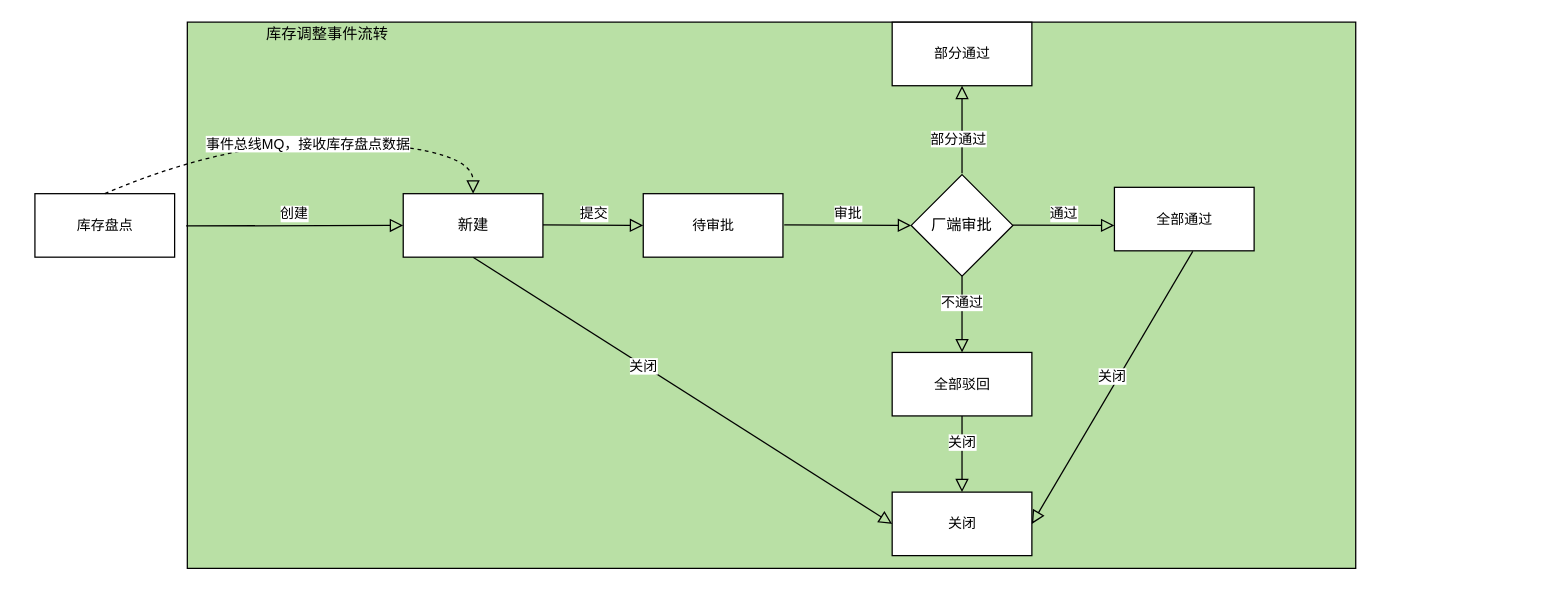
Earlier version of the draw.io diagram page "库存调整申请单-事件图" (4 of 4) of 库存调整申请单.drawio (1132489442/gitRepository1). Source tidied: cells renumbered, new cells numbered last; positions are measured from the earlier drawing's top-left corner, leaving out a move shared by most shapes. Both pictures are drawn from the tidied source at 127%, with x=0, y=0 at pixel (34, 22).
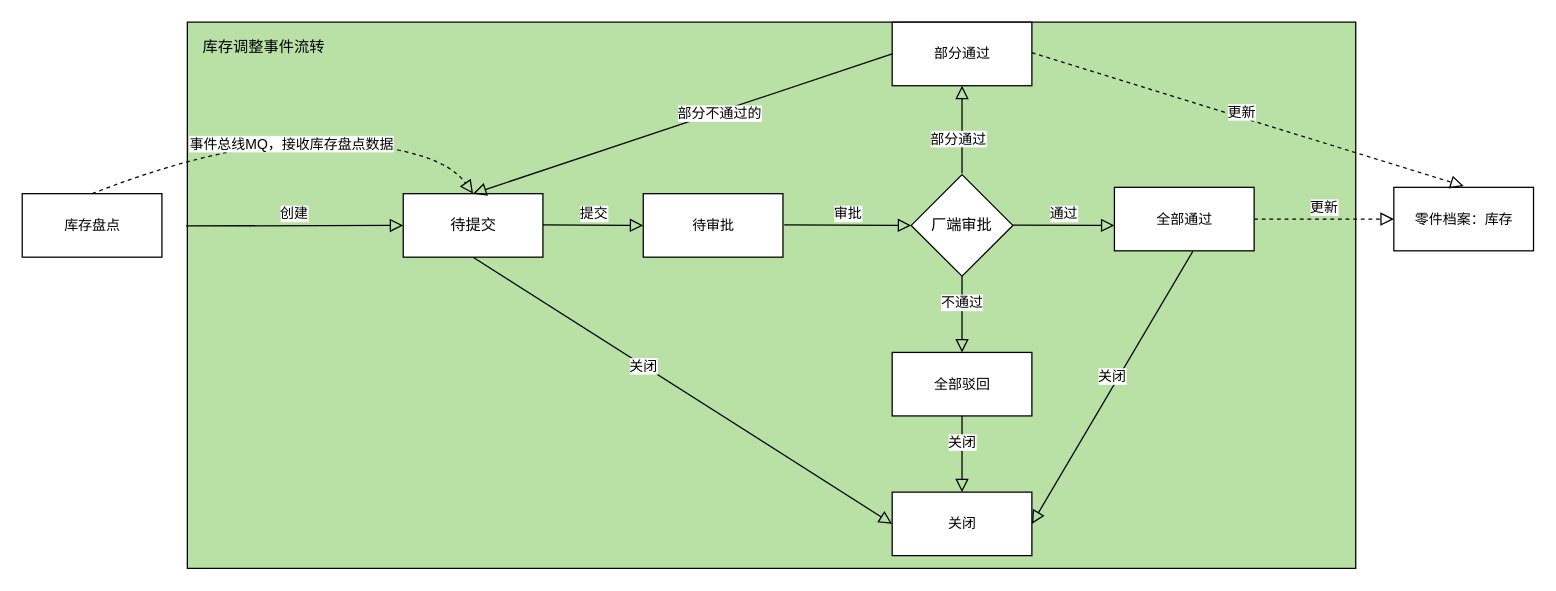
The same page after the edit.

The change refers to these unchanged cells:
```xml
<mxCell id="9" value="&lt;span style=&quot;font-size: 11px ; background-color: rgb(255 , 255 , 255)&quot;&gt;全部通过&lt;/span&gt;" style="html=1;fillColor=#FFFFFF;" parent="1" vertex="1">
  <mxGeometry x="850" y="130" width="110" height="50" as="geometry" />
</mxCell>
<mxCell id="10" value="&lt;span style=&quot;font-size: 11px ; background-color: rgb(255 , 255 , 255)&quot;&gt;部分通过&lt;/span&gt;" style="html=1;fillColor=#FFFFFF;" parent="1" vertex="1">
  <mxGeometry x="675" width="110" height="50" as="geometry" />
</mxCell>
```

Diff of the diagram source:
```diff
@@
     <mxCell id="3" value="库存调整事件流转" style="text;html=1;align=center;verticalAlign=middle;strokeColor=none;fillColor=none;" parent="1" vertex="1">
-      <mxGeometry x="175" width="110" height="20" as="geometry" />
+      <mxGeometry x="125" y="10" width="110" height="20" as="geometry" />
     </mxCell>
@@
-    <mxCell id="18" value="&lt;font face=&quot;helvetica&quot;&gt;新建&lt;/font&gt;" style="html=1;fillColor=#FFFFFF;" parent="1" vertex="1">
+    <mxCell id="18" value="&lt;font face=&quot;helvetica&quot;&gt;待提交&lt;/font&gt;" style="html=1;fillColor=#FFFFFF;" parent="1" vertex="1">
       <mxGeometry x="290" y="135" width="110" height="50" as="geometry" />
     </mxCell>
@@
     <mxCell id="20" value="&lt;span style=&quot;font-size: 11px ; background-color: rgb(255 , 255 , 255)&quot;&gt;库存盘点&lt;/span&gt;" style="html=1;fillColor=#FFFFFF;" parent="1" vertex="1">
-      <mxGeometry y="135" width="110" height="50" as="geometry" />
+      <mxGeometry x="-10" y="135" width="110" height="50" as="geometry" />
     </mxCell>
     <mxCell id="21" style="curved=1;endArrow=block;html=1;rounded=0;dashed=1;exitX=0.5;exitY=0;exitDx=0;exitDy=0;entryX=0.5;entryY=0;entryDx=0;entryDy=0;endFill=0;endSize=8;" parent="1" edge="1" source="20" target="18">
       <mxGeometry relative="1" as="geometry">
         <Array as="points">
           <mxPoint x="160" y="90" />
-          <mxPoint x="345" y="100" />
+          <mxPoint x="320" y="100" />
         </Array>
       </mxGeometry>
     </mxCell>
@@
+    <mxCell id="23" value="部分不通过的" style="html=1;verticalAlign=bottom;endArrow=block;rounded=0;exitX=0;exitY=0.5;exitDx=0;exitDy=0;entryX=0.5;entryY=0;entryDx=0;entryDy=0;endFill=0;endSize=8;" parent="1" edge="1" source="10" target="18">
+      <mxGeometry x="-0.16" y="9" relative="1" as="geometry">
+        <mxPoint y="1" as="offset" />
+      </mxGeometry>
+    </mxCell>
+    <mxCell id="24" value="&lt;span style=&quot;font-size: 11px ; background-color: rgb(255 , 255 , 255)&quot;&gt;零件档案：库存&lt;/span&gt;" style="html=1;fillColor=#FFFFFF;" parent="1" vertex="1">
+      <mxGeometry x="1070" y="130" width="110" height="50" as="geometry" />
+    </mxCell>
+    <mxCell id="25" value="更新" style="html=1;verticalAlign=bottom;endArrow=block;rounded=0;endFill=0;endSize=8;entryX=0;entryY=0.5;entryDx=0;entryDy=0;exitX=1;exitY=0.5;exitDx=0;exitDy=0;dashed=1;" parent="1" edge="1" source="9" target="24">
+      <mxGeometry relative="1" as="geometry" />
+    </mxCell>
+    <mxCell id="26" value="更新" style="html=1;verticalAlign=bottom;endArrow=block;rounded=0;endFill=0;endSize=8;entryX=0.5;entryY=0;entryDx=0;entryDy=0;exitX=1;exitY=0.5;exitDx=0;exitDy=0;dashed=1;" parent="1" edge="1">
+      <mxGeometry x="-0.02" y="-5" relative="1" as="geometry">
+        <mxPoint x="785" y="24" as="sourcePoint" />
+        <mxPoint x="1125" y="129" as="targetPoint" />
+      </mxGeometry>
+    </mxCell>
```
